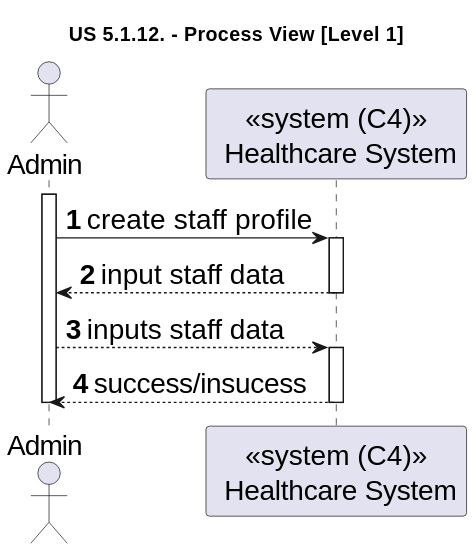
rita-barbosa/LAPR5-2425 keeps this PlantUML diagram as docs/sprint-2/1220841/us-6.2.10/diagrams/level-1-process-view.svg. Above is the earlier version.
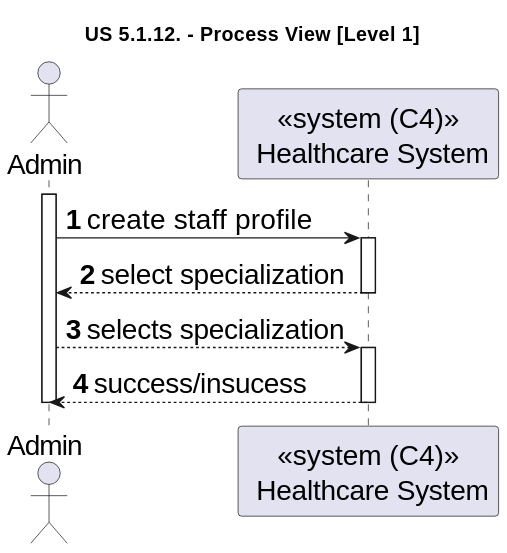
The same diagram one commit later.

What changed in the source:
```diff
@@ -12,10 +12,10 @@
 ADM -> SYS : create staff profile
 activate SYS
 
-SYS --> ADM :  input staff data
+SYS --> ADM : select specialization
 deactivate SYS
 
-ADM --> SYS : inputs staff data
+ADM --> SYS : selects specialization
 activate SYS
 
 SYS --> ADM : success/insucess
```
